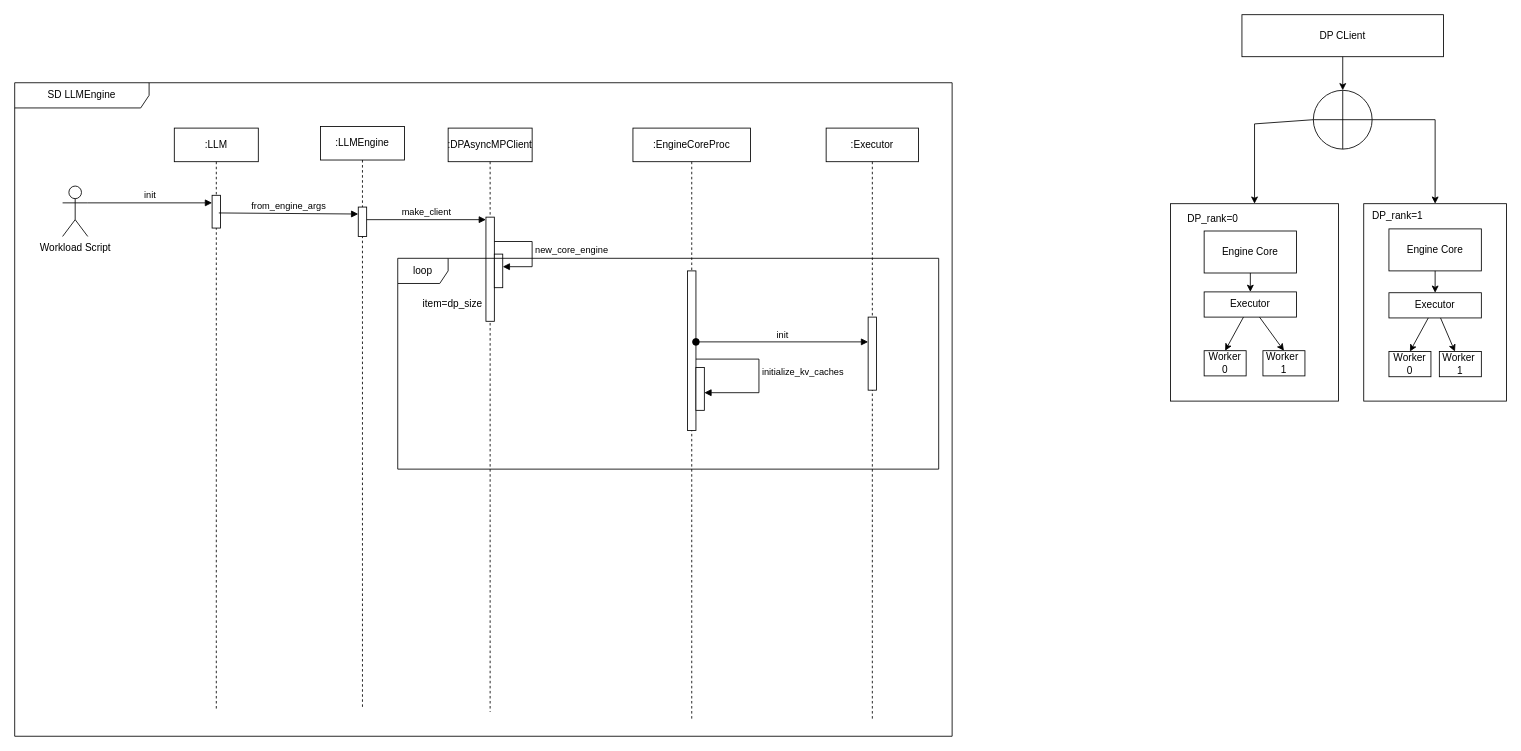
This is page "data parallel" (11 of 14) of vllm/engine/vllm.drawio from chaojun-zhang/vllm, a draw.io file, before an edit. Source tidied: cells renumbered, new cells numbered last; positions are measured from the earlier drawing's top-left corner, leaving out a move shared by most shapes. Both pictures are drawn from the tidied source at 84%, with x=0, y=0 at pixel (14, 14).
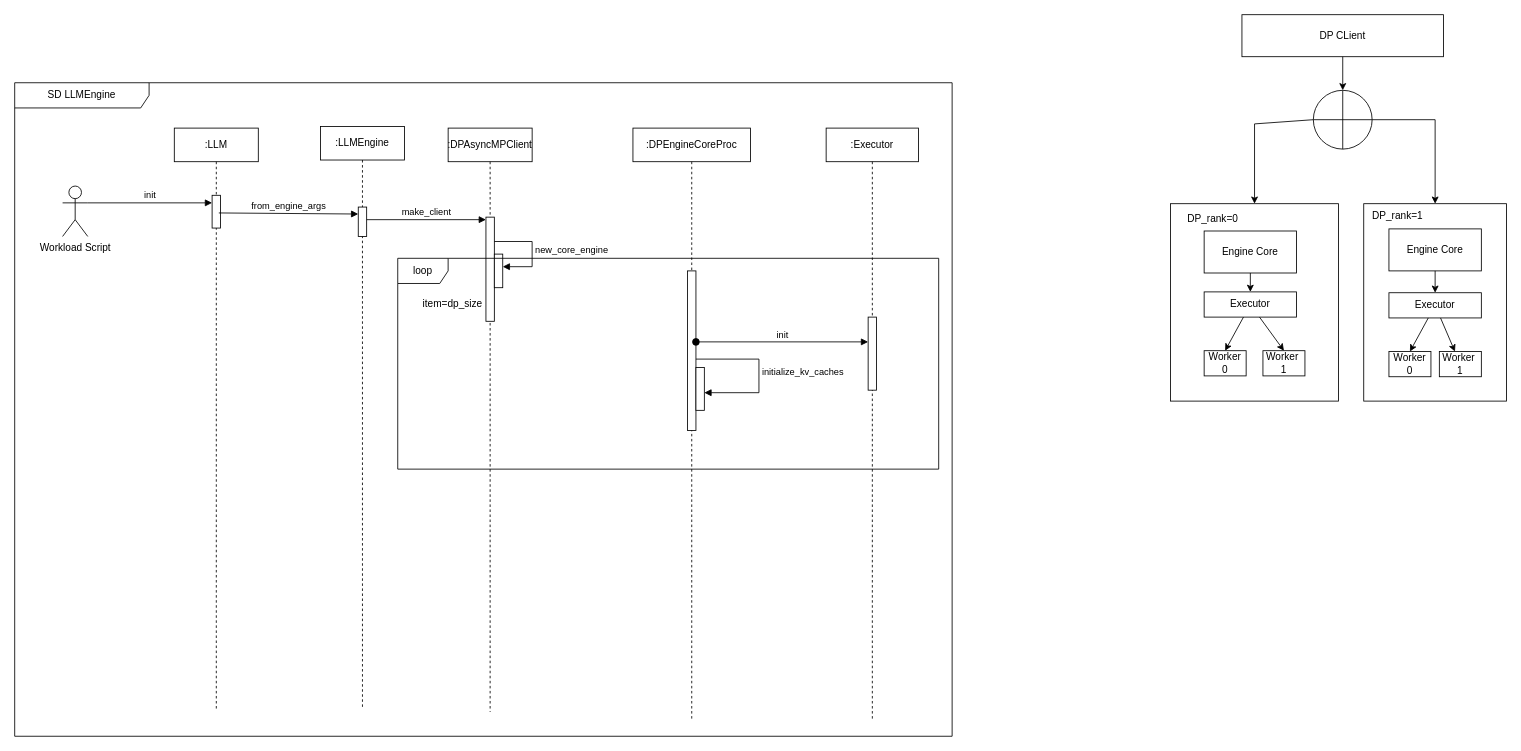
After the change.

The edit, as a diff of the source:
```diff
@@
-    <mxCell id="4" value=":EngineCoreProc" style="shape=umlLifeline;whiteSpace=wrap;html=1;newEdgeStyle={&quot;curved&quot;:0,&quot;rounded&quot;:0};perimeter=rectanglePerimeter;targetShapes=umlLifeline;participant=label;" parent="1" vertex="1">
+    <mxCell id="4" value=":DPEngineCoreProc" style="shape=umlLifeline;whiteSpace=wrap;html=1;newEdgeStyle={&quot;curved&quot;:0,&quot;rounded&quot;:0};perimeter=rectanglePerimeter;targetShapes=umlLifeline;participant=label;" parent="1" vertex="1">
       <mxGeometry x="736" y="135" width="140" height="705" as="geometry" />
     </mxCell>
```
